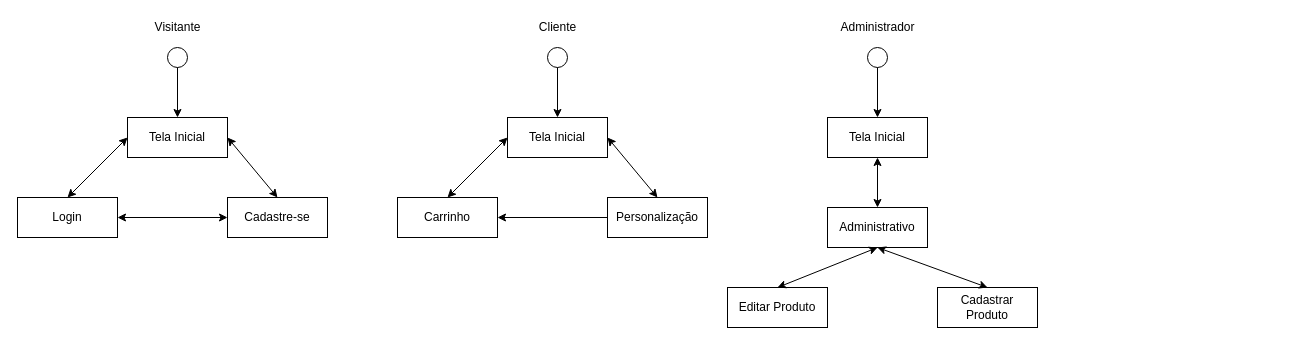
Above: img/documentacao/diagrama-de-navegacao.drawio in brunamagrinidacruz/doce-chamego-store (draw.io), before the change. Source tidied: cells renumbered, new cells numbered last; positions are measured from the earlier drawing's top-left corner, leaving out a move shared by most shapes. Both pictures are drawn from the tidied source at 100%, with x=0, y=0 at pixel (17, 17).
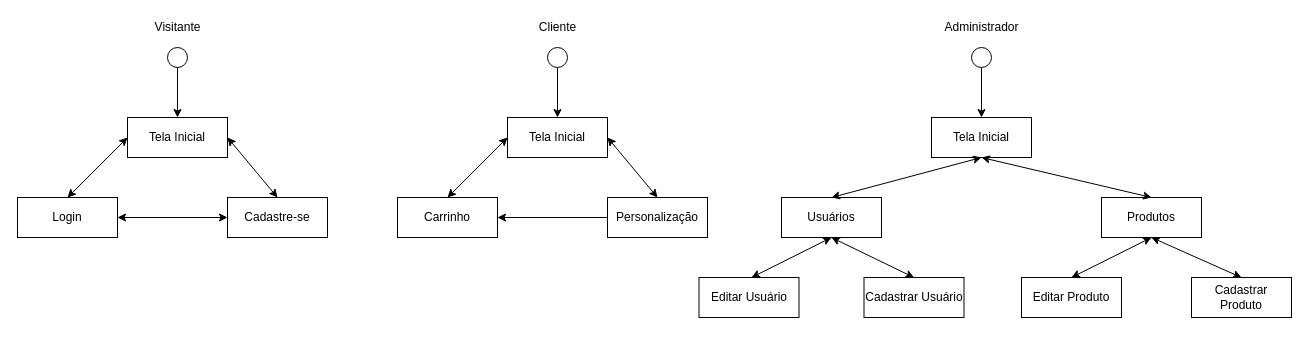
The same page after the edit.

Change to the diagram source:
```diff
@@
     <mxCell id="20" style="ellipse;whiteSpace=wrap;html=1;" parent="1" vertex="1">
-      <mxGeometry x="850" y="30" width="20" height="20" as="geometry" />
+      <mxGeometry x="954" y="30" width="20" height="20" as="geometry" />
     </mxCell>
@@
     <mxCell id="22" value="Tela Inicial" style="whiteSpace=wrap;html=1;align=center;" parent="1" vertex="1">
-      <mxGeometry x="810" y="100" width="100" height="40" as="geometry" />
+      <mxGeometry x="914" y="100" width="100" height="40" as="geometry" />
     </mxCell>
-    <mxCell id="23" value="Administrativo" style="whiteSpace=wrap;html=1;align=center;" parent="1" vertex="1">
-      <mxGeometry x="810" y="190" width="100" height="40" as="geometry" />
+    <mxCell id="23" value="Produtos" style="whiteSpace=wrap;html=1;align=center;" parent="1" vertex="1">
+      <mxGeometry x="1084" y="180" width="100" height="40" as="geometry" />
     </mxCell>
     <mxCell id="24" value="Administrador" style="text;html=1;align=center;verticalAlign=middle;strokeColor=none;" parent="1" vertex="1">
-      <mxGeometry x="815" width="90" height="20" as="geometry" />
+      <mxGeometry x="919" width="90" height="20" as="geometry" />
     </mxCell>
@@
     <mxCell id="26" value="&lt;div&gt;Editar Produto&lt;br&gt;&lt;/div&gt;" style="whiteSpace=wrap;html=1;align=center;" parent="1" vertex="1">
-      <mxGeometry x="710" y="270" width="100" height="40" as="geometry" />
+      <mxGeometry x="1004" y="260" width="100" height="40" as="geometry" />
     </mxCell>
     <mxCell id="27" value="Cadastrar Produto" style="whiteSpace=wrap;html=1;align=center;" parent="1" vertex="1">
-      <mxGeometry x="920" y="270" width="100" height="40" as="geometry" />
+      <mxGeometry x="1174" y="260" width="100" height="40" as="geometry" />
     </mxCell>
@@
-    <mxCell id="29" style="endArrow=classic;startArrow=classic;html=1;exitX=0.5;exitY=0;exitDx=0;exitDy=0;" parent="1" edge="1" source="27">
-      <mxGeometry relative="1" as="geometry">
-        <mxPoint x="860" y="230" as="targetPoint" />
-      </mxGeometry>
+    <mxCell id="29" style="endArrow=classic;startArrow=classic;html=1;exitX=0.5;exitY=0;exitDx=0;exitDy=0;entryX=0.5;entryY=1;entryDx=0;entryDy=0;" parent="1" edge="1" source="27" target="23">
+      <mxGeometry relative="1" as="geometry" />
     </mxCell>
+    <mxCell id="30" value="Usuários" style="whiteSpace=wrap;html=1;align=center;" parent="1" vertex="1">
+      <mxGeometry x="764" y="180" width="100" height="40" as="geometry" />
+    </mxCell>
+    <mxCell id="31" style="endArrow=classic;startArrow=classic;html=1;exitX=0.5;exitY=0;exitDx=0;exitDy=0;" parent="1" edge="1" source="30">
+      <mxGeometry relative="1" as="geometry">
+        <mxPoint x="964" y="140" as="targetPoint" />
+      </mxGeometry>
+    </mxCell>
+    <mxCell id="32" value="&lt;div&gt;Editar Usuário&lt;br&gt;&lt;/div&gt;" style="whiteSpace=wrap;html=1;align=center;" parent="1" vertex="1">
+      <mxGeometry x="681.5" y="260" width="100" height="40" as="geometry" />
+    </mxCell>
+    <mxCell id="33" value="Cadastrar Usuário" style="whiteSpace=wrap;html=1;align=center;" parent="1" vertex="1">
+      <mxGeometry x="846.5" y="260" width="100" height="40" as="geometry" />
+    </mxCell>
+    <mxCell id="34" style="endArrow=classic;startArrow=classic;html=1;entryX=0.5;entryY=1;entryDx=0;entryDy=0;" parent="1" edge="1" target="30">
+      <mxGeometry relative="1" as="geometry">
+        <mxPoint x="734" y="260" as="sourcePoint" />
+      </mxGeometry>
+    </mxCell>
+    <mxCell id="35" style="endArrow=classic;startArrow=classic;html=1;exitX=0.5;exitY=0;exitDx=0;exitDy=0;entryX=0.5;entryY=1;entryDx=0;entryDy=0;" parent="1" edge="1" source="33" target="30">
+      <mxGeometry relative="1" as="geometry" />
+    </mxCell>
```
